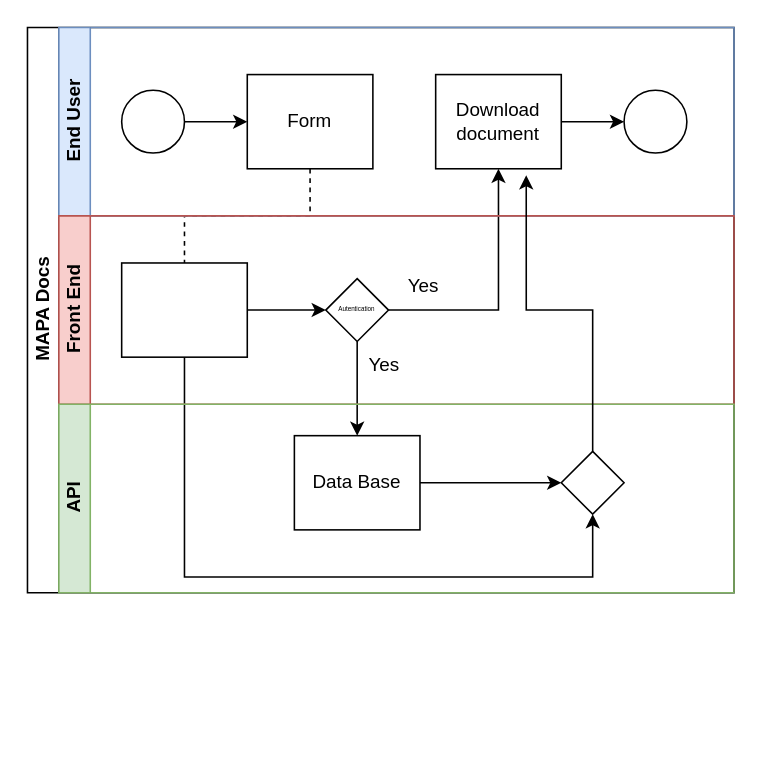
Above: mapa_doc.drawio in vivianebuge/ds-em-producao (draw.io), before the change. Source tidied: cells renumbered, new cells numbered last; positions are measured from the earlier drawing's top-left corner, leaving out a move shared by most shapes. Both pictures are drawn from the tidied source at 157%, with x=0, y=0 at pixel (27, 27).
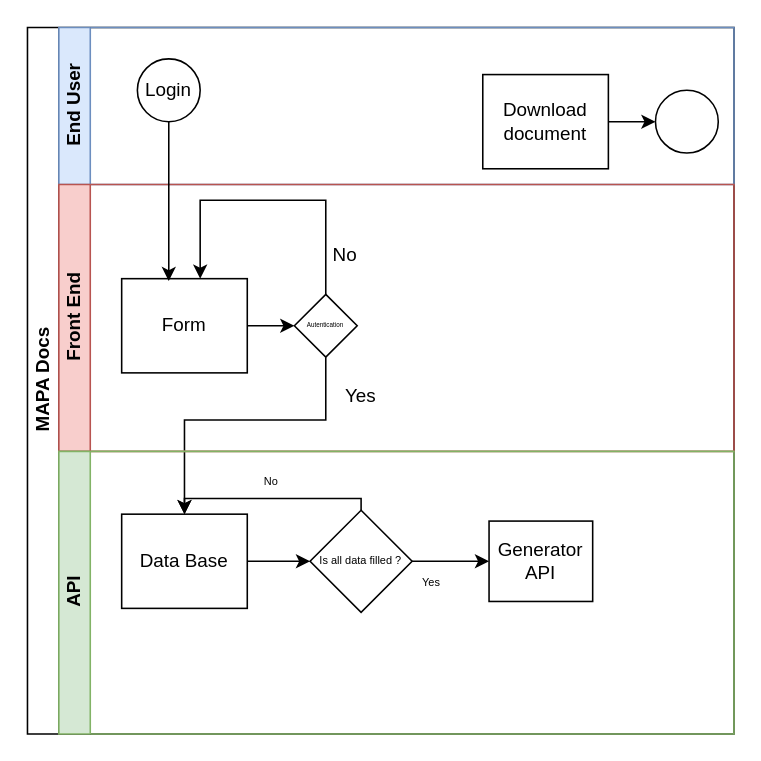
After the change.

Change to the diagram source:
```diff
@@
     <mxCell id="2" value="MAPA Docs" style="swimlane;html=1;horizontal=0;startSize=20;" parent="1" vertex="1">
-      <mxGeometry width="450" height="360" as="geometry" />
+      <mxGeometry width="450" height="450" as="geometry" />
     </mxCell>
-    <mxCell id="3" style="edgeStyle=orthogonalEdgeStyle;rounded=0;jettySize=auto;html=1;dashed=1;endArrow=none;endFill=0;" parent="2" edge="1" source="10" target="16">
-      <mxGeometry relative="1" as="geometry" />
-    </mxCell>
-    <mxCell id="4" style="edgeStyle=orthogonalEdgeStyle;rounded=0;jettySize=auto;html=1;endArrow=classic;endFill=1;" parent="2" edge="1" source="17" target="12">
-      <mxGeometry relative="1" as="geometry" />
-    </mxCell>
     <mxCell id="5" style="edgeStyle=orthogonalEdgeStyle;rounded=0;jettySize=auto;html=1;endArrow=classic;endFill=1;" parent="2" edge="1" source="17" target="22">
-      <mxGeometry relative="1" as="geometry" />
+      <mxGeometry relative="1" as="geometry">
+        <Array as="points">
+          <mxPoint x="190" y="250" />
+          <mxPoint x="100" y="250" />
+        </Array>
+      </mxGeometry>
     </mxCell>
-    <mxCell id="6" style="edgeStyle=orthogonalEdgeStyle;rounded=0;jettySize=auto;html=1;endArrow=classic;endFill=1;entryX=0.5;entryY=1;entryDx=0;entryDy=0;" parent="2" edge="1" source="16" target="23">
-      <mxGeometry relative="1" as="geometry">
-        <Array as="points">
-          <mxPoint x="100" y="350" />
-          <mxPoint x="360" y="350" />
-        </Array>
-      </mxGeometry>
-    </mxCell>
     <mxCell id="7" value="End User" style="swimlane;html=1;startSize=20;horizontal=0;fillColor=#dae8fc;strokeColor=#6c8ebf;" parent="2" vertex="1">
-      <mxGeometry x="20" width="430" height="120" as="geometry" />
+      <mxGeometry x="20" width="430" height="100" as="geometry" />
     </mxCell>
-    <mxCell id="8" style="edgeStyle=orthogonalEdgeStyle;rounded=0;jettySize=auto;html=1;" parent="7" edge="1" source="9" target="10">
-      <mxGeometry relative="1" as="geometry" />
-    </mxCell>
-    <mxCell id="9" style="ellipse;whiteSpace=wrap;html=1;" parent="7" vertex="1">
-      <mxGeometry x="40" y="40" width="40" height="40" as="geometry" />
+    <mxCell id="9" value="Login" style="ellipse;whiteSpace=wrap;html=1;" parent="7" vertex="1">
+      <mxGeometry x="50" y="20" width="40" height="40" as="geometry" />
     </mxCell>
-    <mxCell id="10" value="Form" style="rounded=0;whiteSpace=wrap;html=1;fontFamily=Helvetica;fontSize=12;fontColor=#000000;align=center;" parent="7" vertex="1">
-      <mxGeometry x="120" y="30" width="80" height="60" as="geometry" />
-    </mxCell>
@@
     <mxCell id="12" value="Download document" style="rounded=0;whiteSpace=wrap;html=1;fontFamily=Helvetica;fontSize=12;fontColor=#000000;align=center;" parent="7" vertex="1">
-      <mxGeometry x="240" y="30" width="80" height="60" as="geometry" />
+      <mxGeometry x="270" y="30" width="80" height="60" as="geometry" />
     </mxCell>
     <mxCell id="13" style="ellipse;whiteSpace=wrap;html=1;" parent="7" vertex="1">
-      <mxGeometry x="360" y="40" width="40" height="40" as="geometry" />
+      <mxGeometry x="380" y="40" width="40" height="40" as="geometry" />
     </mxCell>
     <mxCell id="14" value="Front End" style="swimlane;html=1;startSize=20;horizontal=0;fillColor=#f8cecc;strokeColor=#b85450;" parent="2" vertex="1">
-      <mxGeometry x="20" y="120" width="430" height="120" as="geometry" />
+      <mxGeometry x="20" y="100" width="430" height="170" as="geometry" />
     </mxCell>
@@
-    <mxCell id="16" style="rounded=0;whiteSpace=wrap;html=1;fontFamily=Helvetica;fontSize=12;fontColor=#000000;align=center;" parent="14" vertex="1">
-      <mxGeometry x="40" y="30" width="80" height="60" as="geometry" />
+    <mxCell id="16" value="Form" style="rounded=0;whiteSpace=wrap;html=1;fontFamily=Helvetica;fontSize=12;fontColor=#000000;align=center;" parent="14" vertex="1">
+      <mxGeometry x="40" y="60" width="80" height="60" as="geometry" />
     </mxCell>
     <mxCell id="17" value="Autentication" style="rhombus;whiteSpace=wrap;html=1;fontFamily=Helvetica;fontSize=4;fontColor=#000000;align=center;" parent="14" vertex="1">
-      <mxGeometry x="170" y="40" width="40" height="40" as="geometry" />
+      <mxGeometry x="150" y="70" width="40" height="40" as="geometry" />
     </mxCell>
     <mxCell id="18" value="Yes" style="text;html=1;strokeColor=none;fillColor=none;align=center;verticalAlign=middle;whiteSpace=wrap;rounded=0;" parent="14" vertex="1">
-      <mxGeometry x="195" y="90" width="25" height="10" as="geometry" />
+      <mxGeometry x="180" y="130" width="25" height="10" as="geometry" />
     </mxCell>
-    <mxCell id="19" value="Yes" style="text;html=1;strokeColor=none;fillColor=none;align=center;verticalAlign=middle;whiteSpace=wrap;rounded=0;" parent="14" vertex="1">
-      <mxGeometry x="220" y="40" width="25" height="10" as="geometry" />
+    <mxCell id="19" value="No" style="text;html=1;strokeColor=none;fillColor=none;align=center;verticalAlign=middle;whiteSpace=wrap;rounded=0;" parent="14" vertex="1">
+      <mxGeometry x="170" y="40" width="25" height="10" as="geometry" />
     </mxCell>
+    <mxCell id="4" style="edgeStyle=orthogonalEdgeStyle;rounded=0;jettySize=auto;html=1;endArrow=classic;endFill=1;" parent="14" edge="1" source="17" target="16">
+      <mxGeometry relative="1" as="geometry">
+        <Array as="points">
+          <mxPoint x="170" y="10" />
+          <mxPoint x="90" y="10" />
+        </Array>
+      </mxGeometry>
+    </mxCell>
     <mxCell id="20" value="API" style="swimlane;html=1;startSize=20;horizontal=0;fillColor=#d5e8d4;strokeColor=#82b366;" parent="2" vertex="1">
-      <mxGeometry x="20" y="240" width="430" height="120" as="geometry" />
+      <mxGeometry x="20" y="270" width="430" height="180" as="geometry" />
     </mxCell>
-    <mxCell id="21" style="edgeStyle=orthogonalEdgeStyle;rounded=0;jettySize=auto;html=1;entryX=0;entryY=0.5;entryDx=0;entryDy=0;" parent="20" edge="1" source="22" target="23">
-      <mxGeometry relative="1" as="geometry" />
+    <mxCell id="21" style="edgeStyle=orthogonalEdgeStyle;rounded=0;jettySize=auto;html=1;" parent="20" edge="1" source="22" target="23">
+      <mxGeometry relative="1" as="geometry">
+        <Array as="points">
+          <mxPoint x="180" y="80" />
+          <mxPoint x="180" y="80" />
+        </Array>
+      </mxGeometry>
     </mxCell>
     <mxCell id="22" value="Data Base" style="rounded=0;whiteSpace=wrap;html=1;fontFamily=Helvetica;fontSize=12;fontColor=#000000;align=center;" parent="20" vertex="1">
-      <mxGeometry x="150" y="20" width="80" height="60" as="geometry" />
+      <mxGeometry x="40" y="40" width="80" height="60" as="geometry" />
     </mxCell>
+    <mxCell id="25" style="edgeStyle=orthogonalEdgeStyle;rounded=0;jettySize=auto;html=1;" parent="20" edge="1" source="23" target="28">
+      <mxGeometry relative="1" as="geometry" />
+    </mxCell>
+    <mxCell id="26" style="edgeStyle=orthogonalEdgeStyle;rounded=0;jettySize=auto;html=1;" parent="20" edge="1" source="23" target="22">
+      <mxGeometry relative="1" as="geometry">
+        <Array as="points">
+          <mxPoint x="193" y="30" />
+          <mxPoint x="80" y="30" />
+        </Array>
+      </mxGeometry>
+    </mxCell>
-    <mxCell id="23" style="rhombus;whiteSpace=wrap;html=1;fontFamily=Helvetica;fontSize=12;fontColor=#000000;align=center;" parent="20" vertex="1">
-      <mxGeometry x="320" y="30" width="40" height="40" as="geometry" />
+    <mxCell id="23" value="Is all data filled ?" style="rhombus;whiteSpace=wrap;html=1;fontFamily=Helvetica;fontSize=7;fontColor=#000000;align=center;" parent="20" vertex="1">
+      <mxGeometry x="160" y="37.5" width="65" height="65" as="geometry" />
     </mxCell>
-    <mxCell id="24" style="edgeStyle=orthogonalEdgeStyle;rounded=0;jettySize=auto;html=1;endArrow=classic;endFill=1;exitX=0.5;exitY=0;exitDx=0;exitDy=0;entryX=0.721;entryY=1.069;entryDx=0;entryDy=0;entryPerimeter=0;" parent="2" edge="1" source="23" target="12">
-      <mxGeometry relative="1" as="geometry" />
-    </mxCell>
+    <mxCell id="27" value="Yes" style="text;html=1;strokeColor=none;fillColor=none;align=center;verticalAlign=middle;whiteSpace=wrap;rounded=0;fontSize=7;" parent="20" vertex="1">
+      <mxGeometry x="225" y="78.8" width="25" height="10" as="geometry" />
+    </mxCell>
+    <mxCell id="28" value="Generator API" style="whiteSpace=wrap;html=1;fontColor=#000000;" parent="20" vertex="1">
+      <mxGeometry x="274" y="44.4" width="66" height="51.2" as="geometry" />
+    </mxCell>
+    <mxCell id="29" value="No" style="text;html=1;align=center;verticalAlign=middle;strokeColor=none;fillColor=none;fontSize=7;" parent="20" vertex="1">
+      <mxGeometry x="120" y="10" width="30" height="20" as="geometry" />
+    </mxCell>
+    <mxCell id="8" style="edgeStyle=orthogonalEdgeStyle;rounded=0;jettySize=auto;html=1;entryX=0.375;entryY=0.026;entryDx=0;entryDy=0;entryPerimeter=0;" parent="2" edge="1" source="9" target="16">
+      <mxGeometry relative="1" as="geometry" />
+    </mxCell>
```
